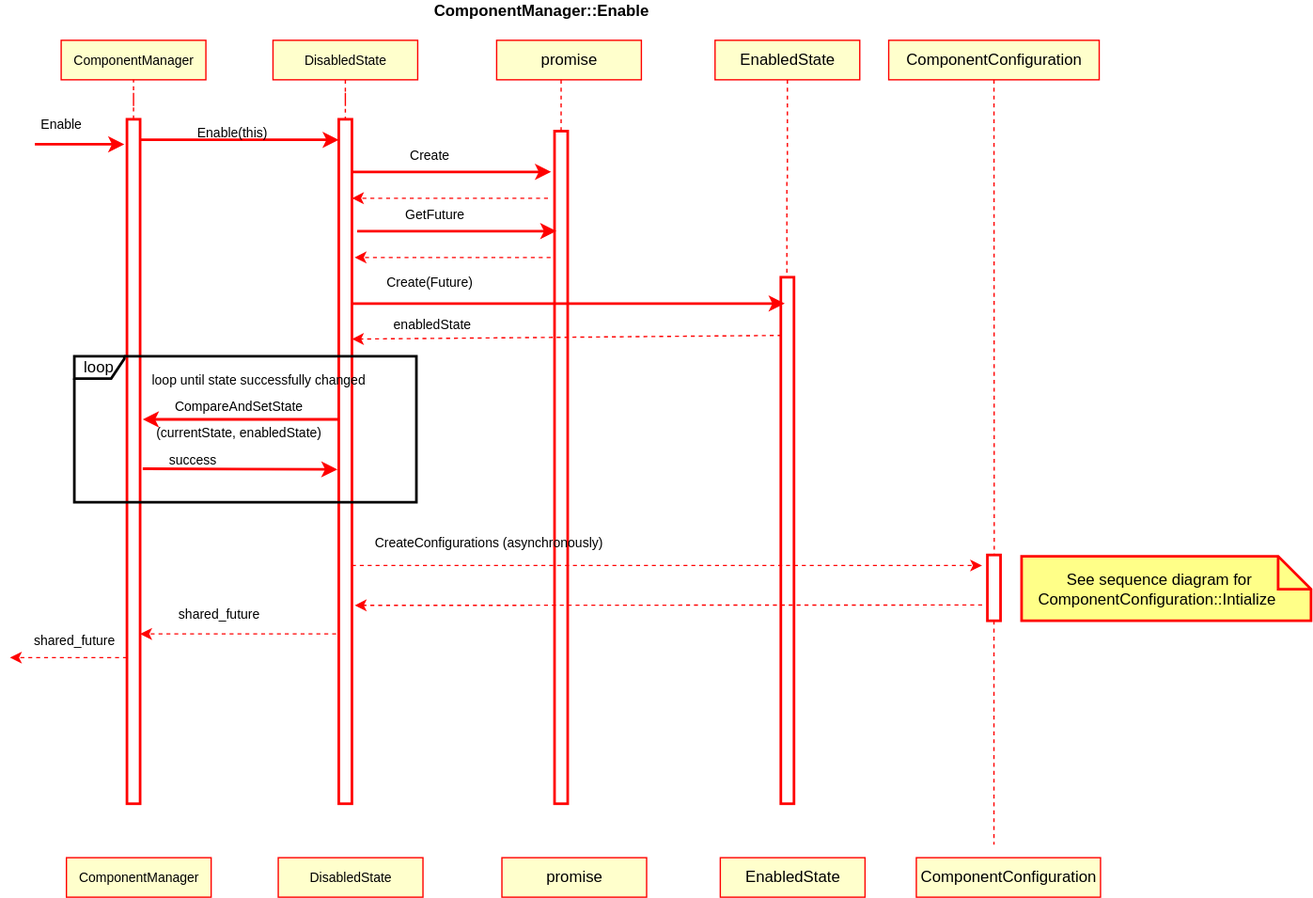
CppMicroServices/rfcs keeps this draw.io diagram as text/0003-declarative-services/ComponentManagerEnable.svg. Above is the earlier version. Source tidied: cells renumbered, new cells last; positions are measured from the earlier drawing's top-left corner, leaving out a move shared by most shapes.
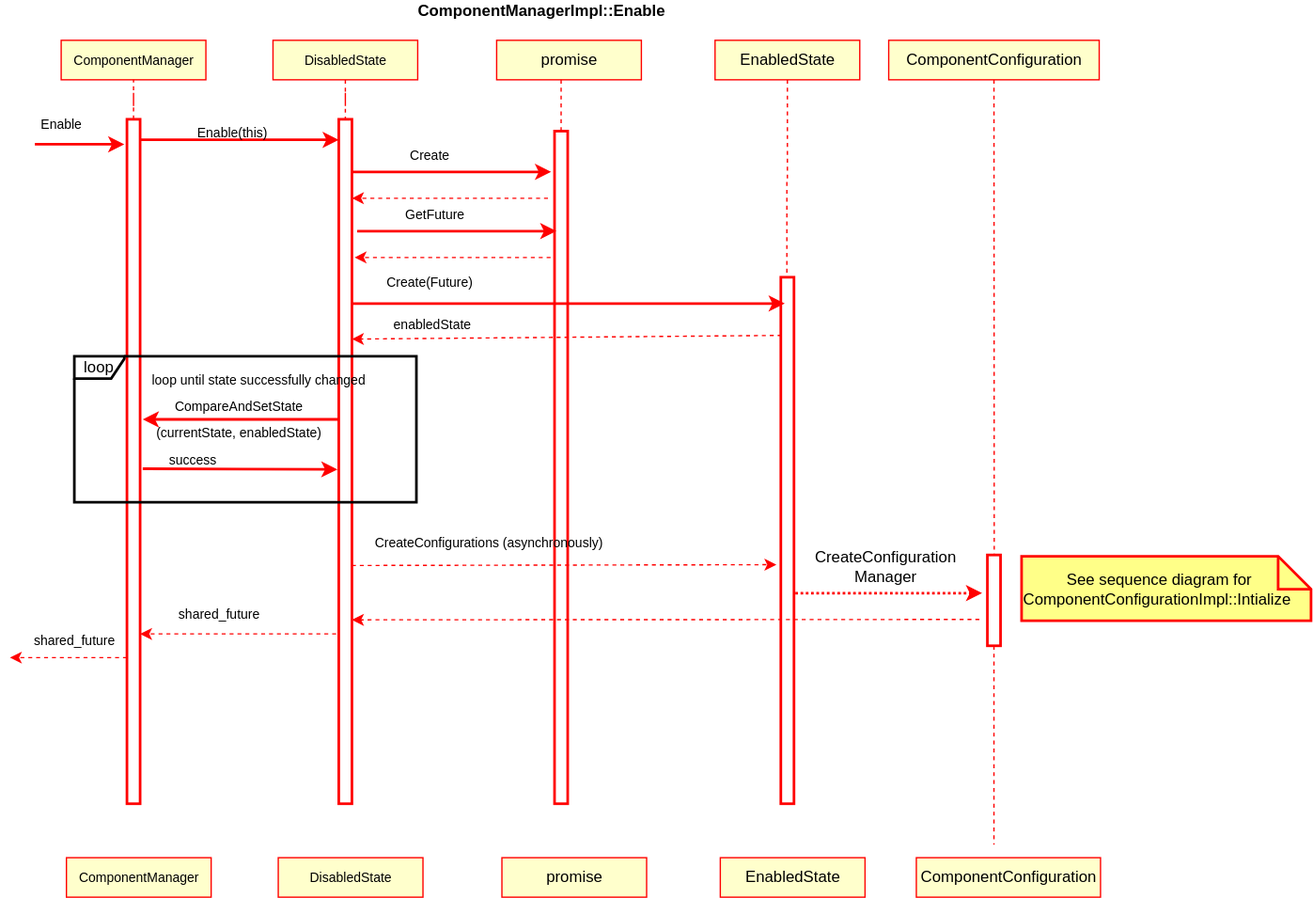
Later version of the same file.

What changed in the source:
```diff
@@ -11,8 +11,8 @@
     <mxCell id="4" value="&lt;span style=&quot;font-size: 10px&quot;&gt;DisabledState&lt;/span&gt;" style="html=1;strokeWidth=1;strokeColor=#FF0000;fillColor=#FFFFCC;" parent="1" vertex="1">
       <mxGeometry x="200" y="30" width="110" height="30" as="geometry" />
     </mxCell>
-    <mxCell id="5" value="&lt;font style=&quot;font-size: 12px&quot;&gt;&lt;b&gt;ComponentManager::Enable&lt;br&gt;&lt;br&gt;&lt;/b&gt;&lt;/font&gt;" style="text;html=1;align=center;verticalAlign=middle;fontSize=10;" parent="1" vertex="1">
-      <mxGeometry x="314" width="180" height="30" as="geometry" />
+    <mxCell id="5" value="&lt;font style=&quot;font-size: 12px&quot;&gt;&lt;b&gt;ComponentManagerImpl::Enable&lt;br&gt;&lt;br&gt;&lt;/b&gt;&lt;/font&gt;" style="text;html=1;align=center;verticalAlign=middle;fontSize=10;" parent="1" vertex="1">
+      <mxGeometry x="304" width="200" height="30" as="geometry" />
     </mxCell>
     <mxCell id="6" value="&lt;font style=&quot;font-size: 12px;&quot;&gt;promise&lt;/font&gt;" style="html=1;strokeWidth=1;fontSize=12;strokeColor=#FF0000;fillColor=#FFFFCC;" parent="1" vertex="1">
       <mxGeometry x="370" y="30" width="110" height="30" as="geometry" />
@@ -56,7 +56,7 @@
       </mxGeometry>
     </mxCell>
     <mxCell id="18" style="html=1;points=[];perimeter=orthogonalPerimeter;strokeWidth=2;strokeColor=#FF0000;" parent="1" vertex="1">
-      <mxGeometry x="743" y="421" width="10" height="50" as="geometry" />
+      <mxGeometry x="743" y="421" width="10" height="69" as="geometry" />
     </mxCell>
     <mxCell id="19" style="endArrow=classic;html=1;strokeWidth=2;strokeColor=#FF0000;" parent="1" edge="1">
       <mxGeometry relative="1" as="geometry">
@@ -133,10 +133,9 @@
     <mxCell id="35" value="&lt;font style=&quot;font-size: 10px&quot;&gt;(currentState, enabledState)&lt;br&gt;&lt;/font&gt;" style="text;html=1;align=center;verticalAlign=middle;" parent="1" vertex="1">
       <mxGeometry x="104" y="318" width="140" height="20" as="geometry" />
     </mxCell>
-    <mxCell id="36" style="endArrow=classic;html=1;strokeColor=#FF0000;strokeWidth=1;exitX=0.96;exitY=0.03;exitDx=0;exitDy=0;exitPerimeter=0;dashed=1;" parent="1" edge="1">
+    <mxCell id="36" style="endArrow=classic;html=1;strokeColor=#FF0000;strokeWidth=1;exitX=0.96;exitY=0.03;exitDx=0;exitDy=0;exitPerimeter=0;dashed=1;entryX=-0.34;entryY=0.546;entryDx=0;entryDy=0;entryPerimeter=0;" parent="1" edge="1" target="16">
       <mxGeometry relative="1" as="geometry">
         <mxPoint x="260" y="429" as="sourcePoint" />
-        <mxPoint x="739" y="429" as="targetPoint" />
       </mxGeometry>
     </mxCell>
     <mxCell id="37" style="endArrow=classic;html=1;strokeColor=#FF0000;strokeWidth=2;exitX=1.2;exitY=0.329;exitDx=0;exitDy=0;exitPerimeter=0;" parent="1" edge="1">
@@ -153,8 +152,8 @@
     </mxCell>
     <mxCell id="40" style="endArrow=classic;html=1;strokeColor=#FF0000;strokeWidth=1;dashed=1;" parent="1" edge="1">
       <mxGeometry relative="1" as="geometry">
-        <mxPoint x="739" y="459" as="sourcePoint" />
-        <mxPoint x="262.1" y="459.3" as="targetPoint" />
+        <mxPoint x="736.9" y="470" as="sourcePoint" />
+        <mxPoint x="260" y="470.3" as="targetPoint" />
       </mxGeometry>
     </mxCell>
     <mxCell id="41" style="endArrow=classic;html=1;strokeColor=#FF0000;strokeWidth=1;dashed=1;" parent="1" edge="1">
@@ -202,8 +201,17 @@
     <mxCell id="52" style="shape=note2;boundedLbl=1;whiteSpace=wrap;html=1;size=25;verticalAlign=top;align=center;strokeWidth=2;fillColor=#ffff88;strokeColor=#FF0000;" parent="1" vertex="1">
       <mxGeometry x="769" y="422" width="220" height="49" as="geometry" />
     </mxCell>
-    <mxCell id="53" value="See sequence diagram for ComponentConfiguration::Intialize&amp;nbsp;" style="text;html=1;strokeColor=none;fillColor=none;align=center;verticalAlign=middle;whiteSpace=wrap;rounded=0;" parent="1" vertex="1">
+    <mxCell id="53" value="See sequence diagram for ComponentConfigurationImpl::Intialize&amp;nbsp;" style="text;html=1;strokeColor=none;fillColor=none;align=center;verticalAlign=middle;whiteSpace=wrap;rounded=0;" parent="1" vertex="1">
       <mxGeometry x="789" y="436.5" width="170" height="20" as="geometry" />
     </mxCell>
+    <mxCell id="54" style="endArrow=classic;html=1;dashed=1;dashPattern=1 1;strokeColor=#FF0000;strokeWidth=2;" parent="1" edge="1">
+      <mxGeometry relative="1" as="geometry">
+        <mxPoint x="597" y="450" as="sourcePoint" />
+        <mxPoint x="739" y="450" as="targetPoint" />
+      </mxGeometry>
+    </mxCell>
+    <mxCell id="55" value="CreateConfiguration&lt;br&gt;Manager" style="text;html=1;strokeColor=none;fillColor=none;align=center;verticalAlign=middle;whiteSpace=wrap;rounded=0;dashed=1;dashPattern=1 1;" parent="1" vertex="1">
+      <mxGeometry x="646" y="415" width="40" height="30" as="geometry" />
+    </mxCell>
   </root>
 </mxGraphModel>
```
